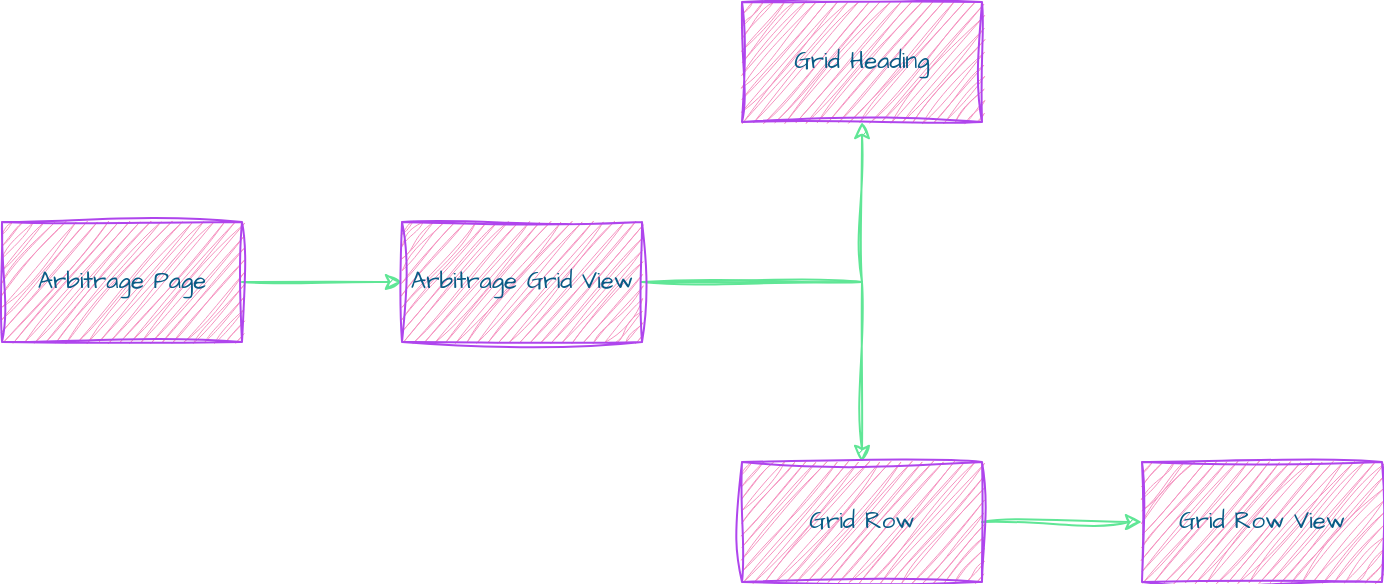
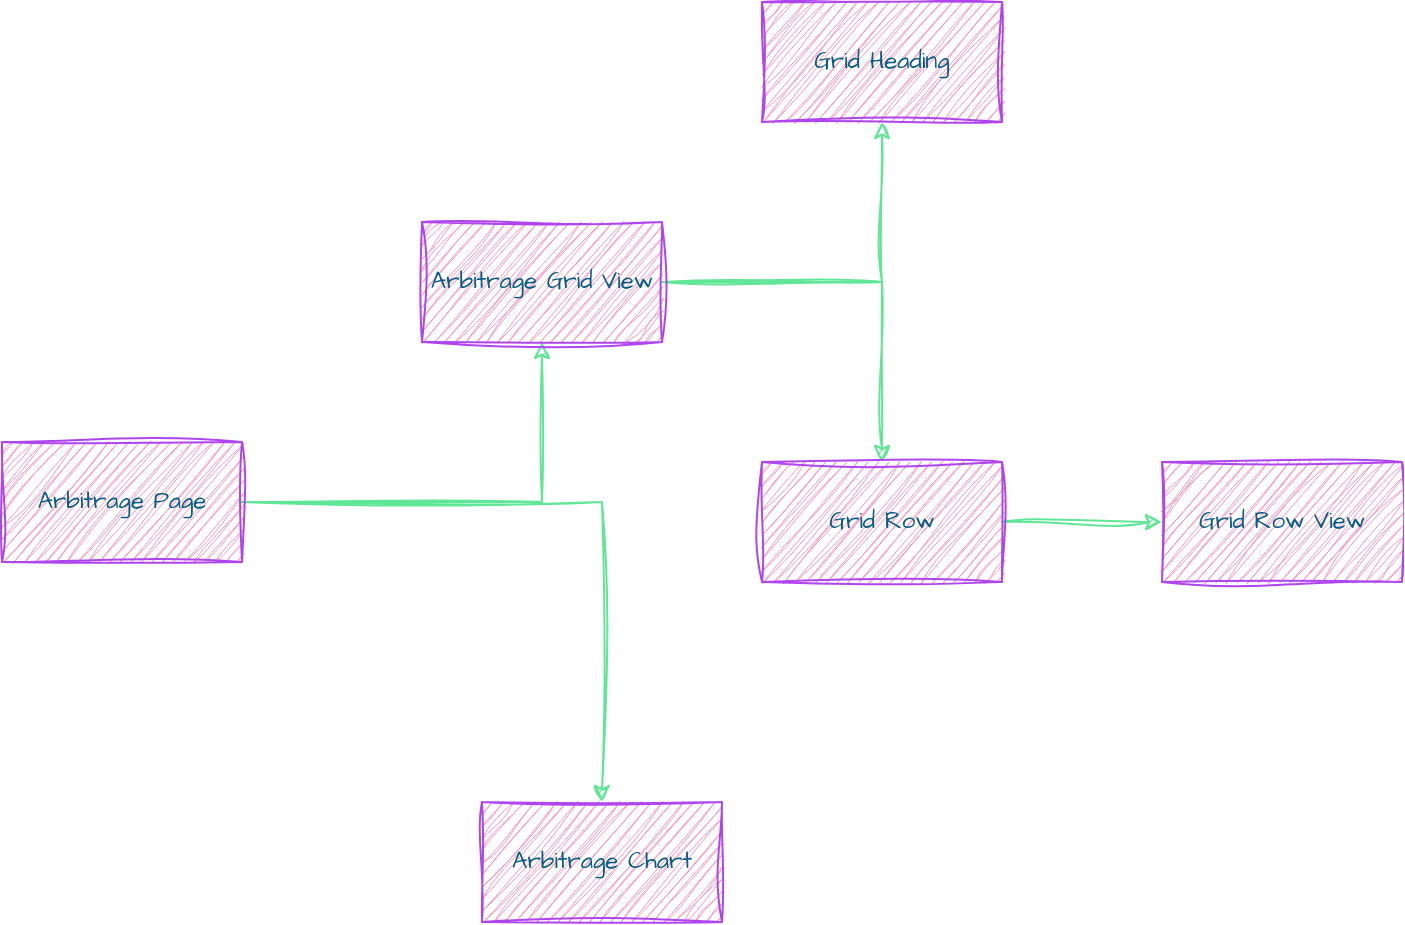
<mxfile host="app.diagrams.net" pages="6">
  <diagram id="4BpxD9aP9KdIrpdj0uMA" name="Arbitrage Page">
    <mxGraphModel dx="1357" dy="626" grid="1" gridSize="10" guides="1" tooltips="1" connect="1" arrows="1" fold="1" page="0" pageScale="1" pageWidth="402" pageHeight="874" math="0" shadow="0">
      <root>
        <mxCell id="0" />
        <mxCell id="1" parent="0" />
        <mxCell id="s9Nx30N8KHW5dVmqoR0w-8" edge="1" parent="1" source="s9Nx30N8KHW5dVmqoR0w-1" style="edgeStyle=orthogonalEdgeStyle;rounded=0;sketch=1;hachureGap=4;jiggle=2;curveFitting=1;orthogonalLoop=1;jettySize=auto;html=1;strokeColor=#60E696;fontFamily=Architects Daughter;fontSource=https%3A%2F%2Ffonts.googleapis.com%2Fcss%3Ffamily%3DArchitects%2BDaughter;fontColor=#095C86;fillColor=#F694C1;" target="s9Nx30N8KHW5dVmqoR0w-7" value="">
          <mxGeometry relative="1" as="geometry" />
        </mxCell>
+         <mxCell id="s9Nx30N8KHW5dVmqoR0w-16" edge="1" parent="1" source="s9Nx30N8KHW5dVmqoR0w-1" style="edgeStyle=orthogonalEdgeStyle;rounded=0;sketch=1;hachureGap=4;jiggle=2;curveFitting=1;orthogonalLoop=1;jettySize=auto;html=1;strokeColor=#60E696;fontFamily=Architects Daughter;fontSource=https%3A%2F%2Ffonts.googleapis.com%2Fcss%3Ffamily%3DArchitects%2BDaughter;fontColor=#095C86;fillColor=#F694C1;" target="s9Nx30N8KHW5dVmqoR0w-15" value="">
+           <mxGeometry relative="1" as="geometry" />
+         </mxCell>
        <mxCell id="s9Nx30N8KHW5dVmqoR0w-1" parent="1" style="whiteSpace=wrap;html=1;sketch=1;hachureGap=4;jiggle=2;curveFitting=1;strokeColor=#AF45ED;fontFamily=Architects Daughter;fontSource=https%3A%2F%2Ffonts.googleapis.com%2Fcss%3Ffamily%3DArchitects%2BDaughter;fontColor=#095C86;fillColor=#F694C1;" value="Arbitrage Page" vertex="1">
-           <mxGeometry height="60" width="120" x="-100" y="130" as="geometry" />
+           <mxGeometry height="60" width="120" x="-110" y="240" as="geometry" />
        </mxCell>
        <mxCell id="s9Nx30N8KHW5dVmqoR0w-10" edge="1" parent="1" source="s9Nx30N8KHW5dVmqoR0w-7" style="edgeStyle=orthogonalEdgeStyle;rounded=0;sketch=1;hachureGap=4;jiggle=2;curveFitting=1;orthogonalLoop=1;jettySize=auto;html=1;strokeColor=#60E696;fontFamily=Architects Daughter;fontSource=https%3A%2F%2Ffonts.googleapis.com%2Fcss%3Ffamily%3DArchitects%2BDaughter;fontColor=#095C86;fillColor=#F694C1;" target="s9Nx30N8KHW5dVmqoR0w-9" value="">
          <mxGeometry relative="1" as="geometry" />
        </mxCell>
        <mxCell id="s9Nx30N8KHW5dVmqoR0w-12" edge="1" parent="1" source="s9Nx30N8KHW5dVmqoR0w-7" style="edgeStyle=orthogonalEdgeStyle;rounded=0;sketch=1;hachureGap=4;jiggle=2;curveFitting=1;orthogonalLoop=1;jettySize=auto;html=1;strokeColor=#60E696;fontFamily=Architects Daughter;fontSource=https%3A%2F%2Ffonts.googleapis.com%2Fcss%3Ffamily%3DArchitects%2BDaughter;fontColor=#095C86;fillColor=#F694C1;" target="s9Nx30N8KHW5dVmqoR0w-11" value="">
          <mxGeometry relative="1" as="geometry" />
        </mxCell>
        <mxCell id="s9Nx30N8KHW5dVmqoR0w-7" parent="1" style="whiteSpace=wrap;html=1;fontFamily=Architects Daughter;fillColor=#F694C1;strokeColor=#AF45ED;fontColor=#095C86;sketch=1;hachureGap=4;jiggle=2;curveFitting=1;fontSource=https%3A%2F%2Ffonts.googleapis.com%2Fcss%3Ffamily%3DArchitects%2BDaughter;" value="Arbitrage Grid View" vertex="1">
          <mxGeometry height="60" width="120" x="100" y="130" as="geometry" />
        </mxCell>
        <mxCell id="s9Nx30N8KHW5dVmqoR0w-9" parent="1" style="whiteSpace=wrap;html=1;fontFamily=Architects Daughter;fillColor=#F694C1;strokeColor=#AF45ED;fontColor=#095C86;sketch=1;hachureGap=4;jiggle=2;curveFitting=1;fontSource=https%3A%2F%2Ffonts.googleapis.com%2Fcss%3Ffamily%3DArchitects%2BDaughter;" value="Grid Heading" vertex="1">
          <mxGeometry height="60" width="120" x="270" y="20" as="geometry" />
        </mxCell>
        <mxCell id="s9Nx30N8KHW5dVmqoR0w-14" edge="1" parent="1" source="s9Nx30N8KHW5dVmqoR0w-11" style="edgeStyle=orthogonalEdgeStyle;rounded=0;sketch=1;hachureGap=4;jiggle=2;curveFitting=1;orthogonalLoop=1;jettySize=auto;html=1;strokeColor=#60E696;fontFamily=Architects Daughter;fontSource=https%3A%2F%2Ffonts.googleapis.com%2Fcss%3Ffamily%3DArchitects%2BDaughter;fontColor=#095C86;fillColor=#F694C1;" target="s9Nx30N8KHW5dVmqoR0w-13" value="">
          <mxGeometry relative="1" as="geometry" />
        </mxCell>
        <mxCell id="s9Nx30N8KHW5dVmqoR0w-11" parent="1" style="whiteSpace=wrap;html=1;fontFamily=Architects Daughter;fillColor=#F694C1;strokeColor=#AF45ED;fontColor=#095C86;sketch=1;hachureGap=4;jiggle=2;curveFitting=1;fontSource=https%3A%2F%2Ffonts.googleapis.com%2Fcss%3Ffamily%3DArchitects%2BDaughter;" value="Grid Row" vertex="1">
          <mxGeometry height="60" width="120" x="270" y="250" as="geometry" />
        </mxCell>
        <mxCell id="s9Nx30N8KHW5dVmqoR0w-13" parent="1" style="whiteSpace=wrap;html=1;fontFamily=Architects Daughter;fillColor=#F694C1;strokeColor=#AF45ED;fontColor=#095C86;sketch=1;hachureGap=4;jiggle=2;curveFitting=1;fontSource=https%3A%2F%2Ffonts.googleapis.com%2Fcss%3Ffamily%3DArchitects%2BDaughter;" value="Grid Row View" vertex="1">
          <mxGeometry height="60" width="120" x="470" y="250" as="geometry" />
+         </mxCell>
+         <mxCell id="s9Nx30N8KHW5dVmqoR0w-15" parent="1" style="whiteSpace=wrap;html=1;fontFamily=Architects Daughter;fillColor=#F694C1;strokeColor=#AF45ED;fontColor=#095C86;sketch=1;hachureGap=4;jiggle=2;curveFitting=1;fontSource=https%3A%2F%2Ffonts.googleapis.com%2Fcss%3Ffamily%3DArchitects%2BDaughter;" value="Arbitrage Chart" vertex="1">
+           <mxGeometry height="60" width="120" x="130" y="420" as="geometry" />
        </mxCell>
      </root>
    </mxGraphModel>
  </diagram>
  <diagram id="wPQbEJP3DVO_ncDqMHqx" name="Sessions Page">
    <mxGraphModel dx="2395" dy="1443" grid="1" gridSize="10" guides="1" tooltips="1" connect="1" arrows="1" fold="1" page="0" pageScale="1" pageWidth="402" pageHeight="874" math="0" shadow="0">
      <root>
        <mxCell id="0" />
        <mxCell id="1" parent="0" />
        <mxCell id="DB1AKVm6qyutKQlFYAWD-6" edge="1" parent="1" source="DB1AKVm6qyutKQlFYAWD-1" style="edgeStyle=orthogonalEdgeStyle;rounded=1;orthogonalLoop=1;jettySize=auto;html=1;sketch=1;curveFitting=1;jiggle=2;labelBackgroundColor=none;fontColor=default;strokeColor=#60E696;" target="DB1AKVm6qyutKQlFYAWD-5" value="">
          <mxGeometry relative="1" as="geometry" />
        </mxCell>
        <mxCell id="DB1AKVm6qyutKQlFYAWD-8" edge="1" parent="1" source="DB1AKVm6qyutKQlFYAWD-1" style="edgeStyle=orthogonalEdgeStyle;rounded=1;orthogonalLoop=1;jettySize=auto;html=1;sketch=1;curveFitting=1;jiggle=2;labelBackgroundColor=none;fontColor=default;strokeColor=#60E696;" target="DB1AKVm6qyutKQlFYAWD-7" value="">
          <mxGeometry relative="1" as="geometry">
            <Array as="points">
              <mxPoint x="120" y="270" />
            </Array>
          </mxGeometry>
        </mxCell>
        <mxCell id="DB1AKVm6qyutKQlFYAWD-10" edge="1" parent="1" source="DB1AKVm6qyutKQlFYAWD-1" style="edgeStyle=orthogonalEdgeStyle;rounded=1;orthogonalLoop=1;jettySize=auto;html=1;sketch=1;curveFitting=1;jiggle=2;labelBackgroundColor=none;fontColor=default;strokeColor=#60E696;" target="DB1AKVm6qyutKQlFYAWD-9" value="">
          <mxGeometry relative="1" as="geometry">
            <Array as="points">
              <mxPoint x="120" y="60" />
            </Array>
          </mxGeometry>
        </mxCell>
        <mxCell id="DB1AKVm6qyutKQlFYAWD-1" parent="1" style="rounded=1;whiteSpace=wrap;html=1;sketch=1;curveFitting=1;jiggle=2;labelBackgroundColor=none;fillColor=#F694C1;strokeColor=#AF45ED;fontColor=#095C86;" value="add-scrip" vertex="1">
          <mxGeometry height="60" width="120" x="60" y="130" as="geometry" />
        </mxCell>
        <mxCell id="DB1AKVm6qyutKQlFYAWD-4" edge="1" parent="1" source="DB1AKVm6qyutKQlFYAWD-3" style="edgeStyle=orthogonalEdgeStyle;rounded=1;orthogonalLoop=1;jettySize=auto;html=1;sketch=1;curveFitting=1;jiggle=2;labelBackgroundColor=none;fontColor=default;strokeColor=#60E696;" target="DB1AKVm6qyutKQlFYAWD-1" value="">
          <mxGeometry relative="1" as="geometry" />
        </mxCell>
        <mxCell id="DB1AKVm6qyutKQlFYAWD-12" edge="1" parent="1" source="DB1AKVm6qyutKQlFYAWD-3" style="edgeStyle=orthogonalEdgeStyle;rounded=1;orthogonalLoop=1;jettySize=auto;html=1;sketch=1;curveFitting=1;jiggle=2;labelBackgroundColor=none;fontColor=default;strokeColor=#60E696;" target="DB1AKVm6qyutKQlFYAWD-11" value="">
          <mxGeometry relative="1" as="geometry">
            <Array as="points">
              <mxPoint x="-100" y="360" />
            </Array>
          </mxGeometry>
        </mxCell>
        <mxCell id="DB1AKVm6qyutKQlFYAWD-3" parent="1" style="rounded=1;whiteSpace=wrap;html=1;sketch=1;curveFitting=1;jiggle=2;labelBackgroundColor=none;fillColor=#F694C1;strokeColor=#AF45ED;fontColor=#095C86;" value="add-session-cta" vertex="1">
          <mxGeometry height="60" width="120" x="-160" y="130" as="geometry" />
        </mxCell>
        <mxCell id="DB1AKVm6qyutKQlFYAWD-5" parent="1" style="whiteSpace=wrap;html=1;rounded=1;sketch=1;curveFitting=1;jiggle=2;labelBackgroundColor=none;fillColor=#F694C1;strokeColor=#AF45ED;fontColor=#095C86;" value="select-exchange" vertex="1">
          <mxGeometry height="60" width="120" x="310" y="130" as="geometry" />
        </mxCell>
        <mxCell id="ouMAoqMrmdJ_XqpmxOQB-3" edge="1" parent="1" source="DB1AKVm6qyutKQlFYAWD-7" style="edgeStyle=orthogonalEdgeStyle;rounded=1;sketch=1;hachureGap=4;jiggle=2;curveFitting=1;orthogonalLoop=1;jettySize=auto;html=1;fontFamily=Architects Daughter;fontSource=https%3A%2F%2Ffonts.googleapis.com%2Fcss%3Ffamily%3DArchitects%2BDaughter;labelBackgroundColor=none;fontColor=default;strokeColor=#60E696;" target="ouMAoqMrmdJ_XqpmxOQB-1">
          <mxGeometry relative="1" as="geometry" />
        </mxCell>
        <mxCell id="DB1AKVm6qyutKQlFYAWD-7" parent="1" style="whiteSpace=wrap;html=1;rounded=1;sketch=1;curveFitting=1;jiggle=2;labelBackgroundColor=none;fillColor=#F694C1;strokeColor=#AF45ED;fontColor=#095C86;" value="NSE Scrip Form" vertex="1">
          <mxGeometry height="60" width="120" x="310" y="220" as="geometry" />
        </mxCell>
        <mxCell id="ouMAoqMrmdJ_XqpmxOQB-2" edge="1" parent="1" source="DB1AKVm6qyutKQlFYAWD-9" style="edgeStyle=orthogonalEdgeStyle;rounded=1;sketch=1;hachureGap=4;jiggle=2;curveFitting=1;orthogonalLoop=1;jettySize=auto;html=1;fontFamily=Architects Daughter;fontSource=https%3A%2F%2Ffonts.googleapis.com%2Fcss%3Ffamily%3DArchitects%2BDaughter;labelBackgroundColor=none;fontColor=default;strokeColor=#60E696;" target="ouMAoqMrmdJ_XqpmxOQB-1" value="">
          <mxGeometry relative="1" as="geometry" />
        </mxCell>
        <mxCell id="DB1AKVm6qyutKQlFYAWD-9" parent="1" style="whiteSpace=wrap;html=1;rounded=1;sketch=1;curveFitting=1;jiggle=2;labelBackgroundColor=none;fillColor=#F694C1;strokeColor=#AF45ED;fontColor=#095C86;" value="NFO Scrip Form" vertex="1">
          <mxGeometry height="60" width="120" x="310" y="30" as="geometry" />
        </mxCell>
        <mxCell id="ouMAoqMrmdJ_XqpmxOQB-15" edge="1" parent="1" source="DB1AKVm6qyutKQlFYAWD-11" style="edgeStyle=orthogonalEdgeStyle;rounded=1;sketch=1;hachureGap=4;jiggle=2;curveFitting=1;orthogonalLoop=1;jettySize=auto;html=1;fontFamily=Architects Daughter;fontSource=https%3A%2F%2Ffonts.googleapis.com%2Fcss%3Ffamily%3DArchitects%2BDaughter;labelBackgroundColor=none;fontColor=default;strokeColor=#60E696;" target="ouMAoqMrmdJ_XqpmxOQB-14" value="">
          <mxGeometry relative="1" as="geometry" />
        </mxCell>
        <mxCell id="ouMAoqMrmdJ_XqpmxOQB-17" edge="1" parent="1" source="DB1AKVm6qyutKQlFYAWD-11" style="edgeStyle=orthogonalEdgeStyle;rounded=1;sketch=1;hachureGap=4;jiggle=2;curveFitting=1;orthogonalLoop=1;jettySize=auto;html=1;fontFamily=Architects Daughter;fontSource=https%3A%2F%2Ffonts.googleapis.com%2Fcss%3Ffamily%3DArchitects%2BDaughter;labelBackgroundColor=none;fontColor=default;strokeColor=#60E696;" target="ouMAoqMrmdJ_XqpmxOQB-16" value="">
          <mxGeometry relative="1" as="geometry">
            <Array as="points">
              <mxPoint x="120" y="520" />
            </Array>
          </mxGeometry>
        </mxCell>
        <mxCell id="DB1AKVm6qyutKQlFYAWD-11" parent="1" style="whiteSpace=wrap;html=1;rounded=1;sketch=1;curveFitting=1;jiggle=2;labelBackgroundColor=none;fillColor=#F694C1;strokeColor=#AF45ED;fontColor=#095C86;" value="scrip-list" vertex="1">
          <mxGeometry height="60" width="120" x="60" y="330" as="geometry" />
        </mxCell>
        <mxCell id="DB1AKVm6qyutKQlFYAWD-15" edge="1" parent="1" source="DB1AKVm6qyutKQlFYAWD-14" style="edgeStyle=orthogonalEdgeStyle;rounded=1;sketch=1;hachureGap=4;jiggle=2;curveFitting=1;orthogonalLoop=1;jettySize=auto;html=1;entryX=0;entryY=0.5;entryDx=0;entryDy=0;fontFamily=Architects Daughter;fontSource=https%3A%2F%2Ffonts.googleapis.com%2Fcss%3Ffamily%3DArchitects%2BDaughter;fontColor=default;labelBackgroundColor=none;strokeColor=#60E696;" target="DB1AKVm6qyutKQlFYAWD-3">
          <mxGeometry relative="1" as="geometry">
            <Array as="points">
              <mxPoint x="-360" y="160" />
            </Array>
          </mxGeometry>
        </mxCell>
        <mxCell id="ouMAoqMrmdJ_XqpmxOQB-28" edge="1" parent="1" source="DB1AKVm6qyutKQlFYAWD-14" style="edgeStyle=orthogonalEdgeStyle;rounded=1;sketch=1;hachureGap=4;jiggle=2;curveFitting=1;orthogonalLoop=1;jettySize=auto;html=1;entryX=0;entryY=0.5;entryDx=0;entryDy=0;fontFamily=Architects Daughter;fontSource=https%3A%2F%2Ffonts.googleapis.com%2Fcss%3Ffamily%3DArchitects%2BDaughter;labelBackgroundColor=none;fontColor=default;strokeColor=#60E696;" target="ouMAoqMrmdJ_XqpmxOQB-19">
          <mxGeometry relative="1" as="geometry">
            <Array as="points">
              <mxPoint x="-360" y="880" />
            </Array>
          </mxGeometry>
        </mxCell>
        <mxCell id="DB1AKVm6qyutKQlFYAWD-14" parent="1" style="rounded=1;whiteSpace=wrap;html=1;sketch=1;curveFitting=1;jiggle=2;labelBackgroundColor=none;fillColor=#F694C1;strokeColor=#AF45ED;fontColor=#095C86;" value="sessions-page" vertex="1">
          <mxGeometry height="60" width="120" x="-420" y="320" as="geometry" />
        </mxCell>
        <mxCell id="ouMAoqMrmdJ_XqpmxOQB-1" parent="1" style="whiteSpace=wrap;html=1;rounded=1;sketch=1;curveFitting=1;jiggle=2;labelBackgroundColor=none;fillColor=#F694C1;strokeColor=#AF45ED;fontColor=#095C86;" value="base form" vertex="1">
          <mxGeometry height="60" width="120" x="560" y="130" as="geometry" />
        </mxCell>
        <mxCell id="ouMAoqMrmdJ_XqpmxOQB-6" edge="1" parent="1" source="ouMAoqMrmdJ_XqpmxOQB-4" style="edgeStyle=orthogonalEdgeStyle;rounded=1;sketch=1;hachureGap=4;jiggle=2;curveFitting=1;orthogonalLoop=1;jettySize=auto;html=1;fontFamily=Architects Daughter;fontSource=https%3A%2F%2Ffonts.googleapis.com%2Fcss%3Ffamily%3DArchitects%2BDaughter;labelBackgroundColor=none;fontColor=default;strokeColor=#60E696;" target="ouMAoqMrmdJ_XqpmxOQB-5" value="">
          <mxGeometry relative="1" as="geometry" />
        </mxCell>
        <mxCell id="ouMAoqMrmdJ_XqpmxOQB-4" parent="1" style="whiteSpace=wrap;html=1;sketch=1;hachureGap=4;jiggle=2;curveFitting=1;fontFamily=Architects Daughter;fontSource=https%3A%2F%2Ffonts.googleapis.com%2Fcss%3Ffamily%3DArchitects%2BDaughter;labelBackgroundColor=none;rounded=1;fillColor=#F694C1;strokeColor=#AF45ED;fontColor=#095C86;" value="start Session" vertex="1">
          <mxGeometry height="60" width="120" x="900" y="-60" as="geometry" />
        </mxCell>
        <mxCell id="ouMAoqMrmdJ_XqpmxOQB-8" edge="1" parent="1" source="ouMAoqMrmdJ_XqpmxOQB-5" style="edgeStyle=orthogonalEdgeStyle;rounded=1;sketch=1;hachureGap=4;jiggle=2;curveFitting=1;orthogonalLoop=1;jettySize=auto;html=1;fontFamily=Architects Daughter;fontSource=https%3A%2F%2Ffonts.googleapis.com%2Fcss%3Ffamily%3DArchitects%2BDaughter;labelBackgroundColor=none;fontColor=default;strokeColor=#60E696;" target="ouMAoqMrmdJ_XqpmxOQB-7" value="">
          <mxGeometry relative="1" as="geometry" />
        </mxCell>
        <mxCell id="ouMAoqMrmdJ_XqpmxOQB-5" parent="1" style="whiteSpace=wrap;html=1;fontFamily=Architects Daughter;sketch=1;hachureGap=4;jiggle=2;curveFitting=1;fontSource=https%3A%2F%2Ffonts.googleapis.com%2Fcss%3Ffamily%3DArchitects%2BDaughter;labelBackgroundColor=none;rounded=1;fillColor=#F694C1;strokeColor=#AF45ED;fontColor=#095C86;" value="Place order" vertex="1">
          <mxGeometry height="60" width="120" x="1100" y="-60" as="geometry" />
        </mxCell>
        <mxCell id="ouMAoqMrmdJ_XqpmxOQB-10" edge="1" parent="1" source="ouMAoqMrmdJ_XqpmxOQB-7" style="edgeStyle=orthogonalEdgeStyle;rounded=1;sketch=1;hachureGap=4;jiggle=2;curveFitting=1;orthogonalLoop=1;jettySize=auto;html=1;fontFamily=Architects Daughter;fontSource=https%3A%2F%2Ffonts.googleapis.com%2Fcss%3Ffamily%3DArchitects%2BDaughter;labelBackgroundColor=none;fontColor=default;strokeColor=#60E696;" target="ouMAoqMrmdJ_XqpmxOQB-9" value="">
          <mxGeometry relative="1" as="geometry" />
        </mxCell>
        <mxCell id="ouMAoqMrmdJ_XqpmxOQB-7" parent="1" style="whiteSpace=wrap;html=1;fontFamily=Architects Daughter;sketch=1;hachureGap=4;jiggle=2;curveFitting=1;fontSource=https%3A%2F%2Ffonts.googleapis.com%2Fcss%3Ffamily%3DArchitects%2BDaughter;labelBackgroundColor=none;rounded=1;fillColor=#F694C1;strokeColor=#AF45ED;fontColor=#095C86;" value="update trade" vertex="1">
          <mxGeometry height="60" width="120" x="1300" y="-60" as="geometry" />
        </mxCell>
        <mxCell id="ouMAoqMrmdJ_XqpmxOQB-12" edge="1" parent="1" source="ouMAoqMrmdJ_XqpmxOQB-9" style="edgeStyle=orthogonalEdgeStyle;rounded=1;sketch=1;hachureGap=4;jiggle=2;curveFitting=1;orthogonalLoop=1;jettySize=auto;html=1;fontFamily=Architects Daughter;fontSource=https%3A%2F%2Ffonts.googleapis.com%2Fcss%3Ffamily%3DArchitects%2BDaughter;labelBackgroundColor=none;fontColor=default;strokeColor=#60E696;" target="ouMAoqMrmdJ_XqpmxOQB-11" value="">
          <mxGeometry relative="1" as="geometry" />
        </mxCell>
        <mxCell id="ouMAoqMrmdJ_XqpmxOQB-9" parent="1" style="whiteSpace=wrap;html=1;fontFamily=Architects Daughter;sketch=1;hachureGap=4;jiggle=2;curveFitting=1;fontSource=https%3A%2F%2Ffonts.googleapis.com%2Fcss%3Ffamily%3DArchitects%2BDaughter;labelBackgroundColor=none;rounded=1;fillColor=#F694C1;strokeColor=#AF45ED;fontColor=#095C86;" value="update netPosition" vertex="1">
          <mxGeometry height="60" width="120" x="1500" y="-60" as="geometry" />
        </mxCell>
        <mxCell id="ouMAoqMrmdJ_XqpmxOQB-11" parent="1" style="whiteSpace=wrap;html=1;fontFamily=Architects Daughter;sketch=1;hachureGap=4;jiggle=2;curveFitting=1;fontSource=https%3A%2F%2Ffonts.googleapis.com%2Fcss%3Ffamily%3DArchitects%2BDaughter;labelBackgroundColor=none;rounded=1;fillColor=#F694C1;strokeColor=#AF45ED;fontColor=#095C86;" value="update placedOrders?" vertex="1">
          <mxGeometry height="60" width="120" x="1700" y="-60" as="geometry" />
        </mxCell>
        <mxCell id="ouMAoqMrmdJ_XqpmxOQB-13" parent="1" style="html=1;verticalLabelPosition=bottom;align=center;labelBackgroundColor=none;verticalAlign=top;strokeWidth=2;shadow=0;dashed=0;shape=mxgraph.ios7.icons.tools;pointerEvents=1;sketch=1;hachureGap=4;jiggle=2;curveFitting=1;fontFamily=Architects Daughter;fontSource=https%3A%2F%2Ffonts.googleapis.com%2Fcss%3Ffamily%3DArchitects%2BDaughter;rounded=1;fillColor=#F694C1;strokeColor=#AF45ED;fontColor=#095C86;" value="" vertex="1">
          <mxGeometry height="50" width="50" x="1135" y="-20" as="geometry" />
        </mxCell>
        <mxCell id="ouMAoqMrmdJ_XqpmxOQB-14" parent="1" style="whiteSpace=wrap;html=1;rounded=1;sketch=1;curveFitting=1;jiggle=2;labelBackgroundColor=none;fillColor=#F694C1;strokeColor=#AF45ED;fontColor=#095C86;" value="live-price-cell" vertex="1">
          <mxGeometry height="60" width="120" x="260" y="330" as="geometry" />
        </mxCell>
        <mxCell id="ouMAoqMrmdJ_XqpmxOQB-16" parent="1" style="whiteSpace=wrap;html=1;rounded=1;sketch=1;curveFitting=1;jiggle=2;labelBackgroundColor=none;fillColor=#F694C1;strokeColor=#AF45ED;fontColor=#095C86;" value="charges-cell" vertex="1">
          <mxGeometry height="60" width="120" x="250" y="500" as="geometry" />
        </mxCell>
        <mxCell id="ouMAoqMrmdJ_XqpmxOQB-22" edge="1" parent="1" source="ouMAoqMrmdJ_XqpmxOQB-19" style="edgeStyle=orthogonalEdgeStyle;rounded=1;sketch=1;hachureGap=4;jiggle=2;curveFitting=1;orthogonalLoop=1;jettySize=auto;html=1;fontFamily=Architects Daughter;fontSource=https%3A%2F%2Ffonts.googleapis.com%2Fcss%3Ffamily%3DArchitects%2BDaughter;labelBackgroundColor=none;fontColor=default;strokeColor=#60E696;" target="ouMAoqMrmdJ_XqpmxOQB-21" value="">
          <mxGeometry relative="1" as="geometry" />
        </mxCell>
        <mxCell id="ouMAoqMrmdJ_XqpmxOQB-25" edge="1" parent="1" source="ouMAoqMrmdJ_XqpmxOQB-19" style="edgeStyle=orthogonalEdgeStyle;rounded=1;sketch=1;hachureGap=4;jiggle=2;curveFitting=1;orthogonalLoop=1;jettySize=auto;html=1;entryX=0;entryY=0.5;entryDx=0;entryDy=0;fontFamily=Architects Daughter;fontSource=https%3A%2F%2Ffonts.googleapis.com%2Fcss%3Ffamily%3DArchitects%2BDaughter;labelBackgroundColor=none;fontColor=default;strokeColor=#60E696;" target="ouMAoqMrmdJ_XqpmxOQB-23">
          <mxGeometry relative="1" as="geometry">
            <Array as="points">
              <mxPoint x="100" y="710" />
            </Array>
          </mxGeometry>
        </mxCell>
        <mxCell id="ouMAoqMrmdJ_XqpmxOQB-27" edge="1" parent="1" source="ouMAoqMrmdJ_XqpmxOQB-19" style="edgeStyle=orthogonalEdgeStyle;rounded=1;sketch=1;hachureGap=4;jiggle=2;curveFitting=1;orthogonalLoop=1;jettySize=auto;html=1;fontFamily=Architects Daughter;fontSource=https%3A%2F%2Ffonts.googleapis.com%2Fcss%3Ffamily%3DArchitects%2BDaughter;labelBackgroundColor=none;fontColor=default;strokeColor=#60E696;" target="ouMAoqMrmdJ_XqpmxOQB-26" value="">
          <mxGeometry relative="1" as="geometry">
            <Array as="points">
              <mxPoint x="100" y="1080" />
            </Array>
          </mxGeometry>
        </mxCell>
        <mxCell id="ouMAoqMrmdJ_XqpmxOQB-30" edge="1" parent="1" source="ouMAoqMrmdJ_XqpmxOQB-19" style="edgeStyle=orthogonalEdgeStyle;rounded=1;sketch=1;hachureGap=4;jiggle=2;curveFitting=1;orthogonalLoop=1;jettySize=auto;html=1;fontFamily=Architects Daughter;fontSource=https%3A%2F%2Ffonts.googleapis.com%2Fcss%3Ffamily%3DArchitects%2BDaughter;fontColor=default;labelBackgroundColor=none;strokeColor=#60E696;" target="ouMAoqMrmdJ_XqpmxOQB-29" value="">
          <mxGeometry relative="1" as="geometry">
            <Array as="points">
              <mxPoint x="80" y="610" />
            </Array>
          </mxGeometry>
        </mxCell>
        <mxCell id="ouMAoqMrmdJ_XqpmxOQB-19" parent="1" style="whiteSpace=wrap;html=1;rounded=1;sketch=1;curveFitting=1;jiggle=2;labelBackgroundColor=none;fillColor=#F694C1;strokeColor=#AF45ED;fontColor=#095C86;" value="session-card" vertex="1">
          <mxGeometry height="60" width="120" x="40" y="850" as="geometry" />
        </mxCell>
        <mxCell id="ouMAoqMrmdJ_XqpmxOQB-21" parent="1" style="whiteSpace=wrap;html=1;rounded=1;sketch=1;curveFitting=1;jiggle=2;labelBackgroundColor=none;fillColor=#F694C1;strokeColor=#AF45ED;fontColor=#095C86;" value="session-header" vertex="1">
          <mxGeometry height="60" width="120" x="290" y="850" as="geometry" />
        </mxCell>
        <mxCell id="ouMAoqMrmdJ_XqpmxOQB-32" edge="1" parent="1" source="ouMAoqMrmdJ_XqpmxOQB-23" style="edgeStyle=orthogonalEdgeStyle;rounded=1;sketch=1;hachureGap=4;jiggle=2;curveFitting=1;orthogonalLoop=1;jettySize=auto;html=1;fontFamily=Architects Daughter;fontSource=https%3A%2F%2Ffonts.googleapis.com%2Fcss%3Ffamily%3DArchitects%2BDaughter;fontColor=default;labelBackgroundColor=none;strokeColor=#60E696;" target="ouMAoqMrmdJ_XqpmxOQB-31" value="">
          <mxGeometry relative="1" as="geometry">
            <Array as="points">
              <mxPoint x="360" y="650" />
            </Array>
          </mxGeometry>
        </mxCell>
        <mxCell id="ouMAoqMrmdJ_XqpmxOQB-34" edge="1" parent="1" source="ouMAoqMrmdJ_XqpmxOQB-23" style="edgeStyle=orthogonalEdgeStyle;rounded=1;sketch=1;hachureGap=4;jiggle=2;curveFitting=1;orthogonalLoop=1;jettySize=auto;html=1;fontFamily=Architects Daughter;fontSource=https%3A%2F%2Ffonts.googleapis.com%2Fcss%3Ffamily%3DArchitects%2BDaughter;fontColor=default;labelBackgroundColor=none;strokeColor=#60E696;" target="ouMAoqMrmdJ_XqpmxOQB-33" value="">
          <mxGeometry relative="1" as="geometry" />
        </mxCell>
        <mxCell id="ouMAoqMrmdJ_XqpmxOQB-38" edge="1" parent="1" source="ouMAoqMrmdJ_XqpmxOQB-23" style="edgeStyle=orthogonalEdgeStyle;rounded=1;sketch=1;hachureGap=4;jiggle=2;curveFitting=1;orthogonalLoop=1;jettySize=auto;html=1;fontFamily=Architects Daughter;fontSource=https%3A%2F%2Ffonts.googleapis.com%2Fcss%3Ffamily%3DArchitects%2BDaughter;fontColor=default;labelBackgroundColor=none;strokeColor=#60E696;" target="ouMAoqMrmdJ_XqpmxOQB-37" value="">
          <mxGeometry relative="1" as="geometry">
            <Array as="points">
              <mxPoint x="360" y="790" />
              <mxPoint x="640" y="790" />
            </Array>
          </mxGeometry>
        </mxCell>
        <mxCell id="eX8Cx5BNWnft2gzvnQZb-2" edge="1" parent="1" source="ouMAoqMrmdJ_XqpmxOQB-23" style="edgeStyle=orthogonalEdgeStyle;rounded=0;sketch=1;hachureGap=4;jiggle=2;curveFitting=1;orthogonalLoop=1;jettySize=auto;html=1;fontFamily=Architects Daughter;fontSource=https%3A%2F%2Ffonts.googleapis.com%2Fcss%3Ffamily%3DArchitects%2BDaughter;entryX=0;entryY=0.5;entryDx=0;entryDy=0;labelBackgroundColor=none;fontColor=default;strokeColor=#60E696;" target="eX8Cx5BNWnft2gzvnQZb-3">
          <mxGeometry relative="1" as="geometry">
            <Array as="points">
              <mxPoint x="340" y="830" />
              <mxPoint x="600" y="830" />
              <mxPoint x="600" y="980" />
            </Array>
            <mxPoint x="600" y="1010" as="targetPoint" />
          </mxGeometry>
        </mxCell>
        <mxCell id="ouMAoqMrmdJ_XqpmxOQB-23" parent="1" style="whiteSpace=wrap;html=1;rounded=1;sketch=1;curveFitting=1;jiggle=2;labelBackgroundColor=none;fillColor=#F694C1;strokeColor=#AF45ED;fontColor=#095C86;" value="net-positions-grid" vertex="1">
          <mxGeometry height="60" width="120" x="300" y="680" as="geometry" />
        </mxCell>
        <mxCell id="ouMAoqMrmdJ_XqpmxOQB-26" parent="1" style="whiteSpace=wrap;html=1;rounded=1;sketch=1;curveFitting=1;jiggle=2;labelBackgroundColor=none;fillColor=#F694C1;strokeColor=#AF45ED;fontColor=#095C86;" value="pnl-summary" vertex="1">
          <mxGeometry height="60" width="120" x="300" y="1050" as="geometry" />
        </mxCell>
        <mxCell id="ouMAoqMrmdJ_XqpmxOQB-29" parent="1" style="whiteSpace=wrap;html=1;rounded=1;sketch=1;curveFitting=1;jiggle=2;labelBackgroundColor=none;fillColor=#F694C1;strokeColor=#AF45ED;fontColor=#095C86;" value="GridWrapper" vertex="1">
          <mxGeometry height="60" width="120" x="300" y="580" as="geometry" />
        </mxCell>
        <mxCell id="ouMAoqMrmdJ_XqpmxOQB-31" parent="1" style="whiteSpace=wrap;html=1;rounded=1;sketch=1;curveFitting=1;jiggle=2;labelBackgroundColor=none;fillColor=#F694C1;strokeColor=#AF45ED;fontColor=#095C86;" value="header" vertex="1">
          <mxGeometry height="60" width="120" x="700" y="600" as="geometry" />
        </mxCell>
        <mxCell id="ouMAoqMrmdJ_XqpmxOQB-33" parent="1" style="whiteSpace=wrap;html=1;rounded=1;sketch=1;curveFitting=1;jiggle=2;labelBackgroundColor=none;fillColor=#F694C1;strokeColor=#AF45ED;fontColor=#095C86;" value="table-heading" vertex="1">
          <mxGeometry height="60" width="120" x="700" y="710" as="geometry" />
        </mxCell>
        <mxCell id="ouMAoqMrmdJ_XqpmxOQB-40" edge="1" parent="1" source="ouMAoqMrmdJ_XqpmxOQB-37" style="edgeStyle=orthogonalEdgeStyle;rounded=1;sketch=1;hachureGap=4;jiggle=2;curveFitting=1;orthogonalLoop=1;jettySize=auto;html=1;fontFamily=Architects Daughter;fontSource=https%3A%2F%2Ffonts.googleapis.com%2Fcss%3Ffamily%3DArchitects%2BDaughter;fontColor=default;labelBackgroundColor=none;strokeColor=#60E696;" target="ouMAoqMrmdJ_XqpmxOQB-39" value="">
          <mxGeometry relative="1" as="geometry" />
        </mxCell>
        <mxCell id="ouMAoqMrmdJ_XqpmxOQB-41" edge="1" parent="1" source="ouMAoqMrmdJ_XqpmxOQB-37" style="edgeStyle=orthogonalEdgeStyle;rounded=1;sketch=1;hachureGap=4;jiggle=2;curveFitting=1;orthogonalLoop=1;jettySize=auto;html=1;fontFamily=Architects Daughter;fontSource=https%3A%2F%2Ffonts.googleapis.com%2Fcss%3Ffamily%3DArchitects%2BDaughter;fontColor=default;labelBackgroundColor=none;strokeColor=#60E696;" target="ouMAoqMrmdJ_XqpmxOQB-39" value="">
          <mxGeometry relative="1" as="geometry" />
        </mxCell>
        <mxCell id="ouMAoqMrmdJ_XqpmxOQB-43" edge="1" parent="1" source="ouMAoqMrmdJ_XqpmxOQB-37" style="edgeStyle=orthogonalEdgeStyle;rounded=1;sketch=1;hachureGap=4;jiggle=2;curveFitting=1;orthogonalLoop=1;jettySize=auto;html=1;fontFamily=Architects Daughter;fontSource=https%3A%2F%2Ffonts.googleapis.com%2Fcss%3Ffamily%3DArchitects%2BDaughter;fontColor=default;labelBackgroundColor=none;strokeColor=#60E696;" target="ouMAoqMrmdJ_XqpmxOQB-42" value="">
          <mxGeometry relative="1" as="geometry">
            <Array as="points">
              <mxPoint x="865" y="860" />
              <mxPoint x="865" y="890" />
            </Array>
          </mxGeometry>
        </mxCell>
        <mxCell id="ouMAoqMrmdJ_XqpmxOQB-37" parent="1" style="whiteSpace=wrap;html=1;rounded=1;sketch=1;curveFitting=1;jiggle=2;labelBackgroundColor=none;fillColor=#F694C1;strokeColor=#AF45ED;fontColor=#095C86;" value="instrument-row" vertex="1">
          <mxGeometry height="60" width="120" x="700" y="810" as="geometry" />
        </mxCell>
        <mxCell id="ouMAoqMrmdJ_XqpmxOQB-39" parent="1" style="whiteSpace=wrap;html=1;rounded=1;sketch=1;curveFitting=1;jiggle=2;labelBackgroundColor=none;fillColor=#F694C1;strokeColor=#AF45ED;fontColor=#095C86;" value="buy-sell-cta" vertex="1">
          <mxGeometry height="60" width="120" x="910" y="750" as="geometry" />
        </mxCell>
        <mxCell id="ouMAoqMrmdJ_XqpmxOQB-42" parent="1" style="whiteSpace=wrap;html=1;rounded=1;sketch=1;curveFitting=1;jiggle=2;labelBackgroundColor=none;fillColor=#F694C1;strokeColor=#AF45ED;fontColor=#095C86;" value="instrument-row-view" vertex="1">
          <mxGeometry height="60" width="120" x="910" y="860" as="geometry" />
        </mxCell>
        <mxCell id="eX8Cx5BNWnft2gzvnQZb-3" parent="1" style="rounded=1;whiteSpace=wrap;html=1;sketch=1;hachureGap=4;jiggle=2;curveFitting=1;fontFamily=Architects Daughter;fontSource=https%3A%2F%2Ffonts.googleapis.com%2Fcss%3Ffamily%3DArchitects%2BDaughter;labelBackgroundColor=none;fillColor=#F694C1;strokeColor=#AF45ED;fontColor=#095C86;" value="pnl-summary" vertex="1">
          <mxGeometry height="60" width="120" x="700" y="950" as="geometry" />
        </mxCell>
      </root>
    </mxGraphModel>
  </diagram>
  <diagram id="YVkBlKKJ4RNEtawBKbZk" name="Session">
    <mxGraphModel dx="1357" dy="626" grid="1" gridSize="10" guides="1" tooltips="1" connect="1" arrows="1" fold="1" page="0" pageScale="1" pageWidth="402" pageHeight="874" math="0" shadow="0">
      <root>
        <mxCell id="0" />
        <mxCell id="1" parent="0" />
        <mxCell id="b8iQl_XISdQ6rZ6kNcMQ-3" edge="1" parent="1" source="b8iQl_XISdQ6rZ6kNcMQ-1" style="edgeStyle=orthogonalEdgeStyle;rounded=0;orthogonalLoop=1;jettySize=auto;html=1;" target="b8iQl_XISdQ6rZ6kNcMQ-2" value="">
          <mxGeometry relative="1" as="geometry" />
        </mxCell>
        <mxCell id="b8iQl_XISdQ6rZ6kNcMQ-1" parent="1" style="rounded=1;whiteSpace=wrap;html=1;" value="start session" vertex="1">
          <mxGeometry height="60" width="120" x="-200" y="80" as="geometry" />
        </mxCell>
        <mxCell id="b8iQl_XISdQ6rZ6kNcMQ-5" edge="1" parent="1" source="b8iQl_XISdQ6rZ6kNcMQ-2" style="edgeStyle=orthogonalEdgeStyle;rounded=0;orthogonalLoop=1;jettySize=auto;html=1;" target="b8iQl_XISdQ6rZ6kNcMQ-4" value="">
          <mxGeometry relative="1" as="geometry" />
        </mxCell>
        <mxCell id="b8iQl_XISdQ6rZ6kNcMQ-2" parent="1" style="whiteSpace=wrap;html=1;rounded=1;" value="place orders&amp;nbsp;&lt;br&gt;(all or none)" vertex="1">
          <mxGeometry height="60" width="120" y="80" as="geometry" />
        </mxCell>
        <mxCell id="b8iQl_XISdQ6rZ6kNcMQ-7" edge="1" parent="1" source="b8iQl_XISdQ6rZ6kNcMQ-4" style="edgeStyle=orthogonalEdgeStyle;rounded=0;orthogonalLoop=1;jettySize=auto;html=1;" target="b8iQl_XISdQ6rZ6kNcMQ-6" value="">
          <mxGeometry relative="1" as="geometry" />
        </mxCell>
        <mxCell id="b8iQl_XISdQ6rZ6kNcMQ-4" parent="1" style="whiteSpace=wrap;html=1;rounded=1;" value="update margins" vertex="1">
          <mxGeometry height="60" width="120" x="200" y="80" as="geometry" />
        </mxCell>
        <mxCell id="b8iQl_XISdQ6rZ6kNcMQ-6" parent="1" style="whiteSpace=wrap;html=1;rounded=1;" value="create session" vertex="1">
          <mxGeometry height="60" width="120" x="200" y="200" as="geometry" />
        </mxCell>
        <mxCell id="b8iQl_XISdQ6rZ6kNcMQ-8" parent="1" style="rounded=1;whiteSpace=wrap;html=1;fillColor=#fff2cc;strokeColor=#d6b656;" value="firebase" vertex="1">
          <mxGeometry height="40" width="80" x="300" y="190" as="geometry" />
        </mxCell>
        <mxCell id="b8iQl_XISdQ6rZ6kNcMQ-9" parent="1" style="rounded=1;whiteSpace=wrap;html=1;fillColor=#fff2cc;strokeColor=#d6b656;" value="kite" vertex="1">
          <mxGeometry height="40" width="80" x="80" y="50" as="geometry" />
        </mxCell>
        <mxCell id="b8iQl_XISdQ6rZ6kNcMQ-10" parent="1" style="rounded=1;whiteSpace=wrap;html=1;fillColor=#fff2cc;strokeColor=#d6b656;" value="firebase" vertex="1">
          <mxGeometry height="40" width="80" x="290" y="60" as="geometry" />
        </mxCell>
      </root>
    </mxGraphModel>
  </diagram>
  <diagram id="4KjMPYYtLXdBkkJX1B08" name="Auth">
    <mxGraphModel dx="1276" dy="835" grid="0" gridSize="10" guides="1" tooltips="1" connect="1" arrows="1" fold="1" page="0" pageScale="1" pageWidth="402" pageHeight="874" math="0" shadow="0">
      <root>
        <mxCell id="0" />
        <mxCell id="1" parent="0" />
        <mxCell id="pPH6oVQiPgVcm9OUePWL-3" edge="1" parent="1" source="pPH6oVQiPgVcm9OUePWL-1" style="edgeStyle=orthogonalEdgeStyle;rounded=0;orthogonalLoop=1;jettySize=auto;html=1;" target="pPH6oVQiPgVcm9OUePWL-2" value="">
          <mxGeometry relative="1" as="geometry" />
        </mxCell>
        <mxCell id="pPH6oVQiPgVcm9OUePWL-1" parent="1" style="rounded=1;whiteSpace=wrap;html=1;" value="User clicks &quot;Login&quot; Button" vertex="1">
          <mxGeometry height="60" width="120" x="23" y="101" as="geometry" />
        </mxCell>
        <mxCell id="pPH6oVQiPgVcm9OUePWL-5" edge="1" parent="1" source="pPH6oVQiPgVcm9OUePWL-2" style="edgeStyle=orthogonalEdgeStyle;rounded=0;orthogonalLoop=1;jettySize=auto;html=1;" target="pPH6oVQiPgVcm9OUePWL-4" value="">
          <mxGeometry relative="1" as="geometry" />
        </mxCell>
        <mxCell id="pPH6oVQiPgVcm9OUePWL-2" parent="1" style="whiteSpace=wrap;html=1;rounded=1;" value="Open the Login URL" vertex="1">
          <mxGeometry height="60" width="120" x="223" y="101" as="geometry" />
        </mxCell>
        <mxCell id="pPH6oVQiPgVcm9OUePWL-7" edge="1" parent="1" source="pPH6oVQiPgVcm9OUePWL-4" style="edgeStyle=orthogonalEdgeStyle;rounded=0;orthogonalLoop=1;jettySize=auto;html=1;" target="pPH6oVQiPgVcm9OUePWL-6" value="">
          <mxGeometry relative="1" as="geometry" />
        </mxCell>
        <mxCell id="pPH6oVQiPgVcm9OUePWL-4" parent="1" style="whiteSpace=wrap;html=1;rounded=1;" value="User logins to Zerodha" vertex="1">
          <mxGeometry height="60" width="120" x="423" y="101" as="geometry" />
        </mxCell>
        <mxCell id="pPH6oVQiPgVcm9OUePWL-9" edge="1" parent="1" source="pPH6oVQiPgVcm9OUePWL-6" style="edgeStyle=orthogonalEdgeStyle;rounded=0;orthogonalLoop=1;jettySize=auto;html=1;" target="pPH6oVQiPgVcm9OUePWL-8" value="">
          <mxGeometry relative="1" as="geometry" />
        </mxCell>
        <mxCell id="pPH6oVQiPgVcm9OUePWL-6" parent="1" style="whiteSpace=wrap;html=1;rounded=1;" value="Redirected to callback URL with request_token&lt;br&gt;&lt;b&gt;http://localhost:3000/api/auth/kite/callback&lt;/b&gt;" vertex="1">
          <mxGeometry height="60" width="262" x="352" y="244" as="geometry" />
        </mxCell>
        <mxCell id="pPH6oVQiPgVcm9OUePWL-13" edge="1" parent="1" source="pPH6oVQiPgVcm9OUePWL-8" style="edgeStyle=orthogonalEdgeStyle;rounded=0;orthogonalLoop=1;jettySize=auto;html=1;" target="pPH6oVQiPgVcm9OUePWL-12" value="">
          <mxGeometry relative="1" as="geometry" />
        </mxCell>
        <mxCell id="pPH6oVQiPgVcm9OUePWL-8" parent="1" style="whiteSpace=wrap;html=1;rounded=1;" value="In loader for this route, generate the session" vertex="1">
          <mxGeometry height="60" width="120" x="17" y="244" as="geometry" />
        </mxCell>
        <mxCell id="pPH6oVQiPgVcm9OUePWL-15" edge="1" parent="1" source="pPH6oVQiPgVcm9OUePWL-12" style="edgeStyle=orthogonalEdgeStyle;rounded=0;orthogonalLoop=1;jettySize=auto;html=1;" target="pPH6oVQiPgVcm9OUePWL-14" value="">
          <mxGeometry relative="1" as="geometry" />
        </mxCell>
        <mxCell id="pPH6oVQiPgVcm9OUePWL-12" parent="1" style="whiteSpace=wrap;html=1;rounded=1;" value="Serialize and save the access token in cookie" vertex="1">
          <mxGeometry height="60" width="120" x="17" y="384" as="geometry" />
        </mxCell>
        <mxCell id="pPH6oVQiPgVcm9OUePWL-17" edge="1" parent="1" source="pPH6oVQiPgVcm9OUePWL-14" style="edgeStyle=orthogonalEdgeStyle;rounded=0;orthogonalLoop=1;jettySize=auto;html=1;" target="pPH6oVQiPgVcm9OUePWL-16" value="">
          <mxGeometry relative="1" as="geometry" />
        </mxCell>
        <mxCell id="pPH6oVQiPgVcm9OUePWL-14" parent="1" style="whiteSpace=wrap;html=1;rounded=1;" value="redirect to /dashboard" vertex="1">
          <mxGeometry height="60" width="120" x="217" y="384" as="geometry" />
        </mxCell>
        <mxCell id="pPH6oVQiPgVcm9OUePWL-19" edge="1" parent="1" source="pPH6oVQiPgVcm9OUePWL-16" style="edgeStyle=orthogonalEdgeStyle;rounded=0;orthogonalLoop=1;jettySize=auto;html=1;" target="pPH6oVQiPgVcm9OUePWL-18" value="">
          <mxGeometry relative="1" as="geometry" />
        </mxCell>
        <mxCell id="pPH6oVQiPgVcm9OUePWL-16" parent="1" style="whiteSpace=wrap;html=1;rounded=1;" value="in dashboard loader, get the access token from the cookie and send it to client" vertex="1">
          <mxGeometry height="60" width="120" x="417" y="384" as="geometry" />
        </mxCell>
        <mxCell id="pPH6oVQiPgVcm9OUePWL-21" edge="1" parent="1" source="pPH6oVQiPgVcm9OUePWL-18" style="edgeStyle=orthogonalEdgeStyle;rounded=0;orthogonalLoop=1;jettySize=auto;html=1;" target="pPH6oVQiPgVcm9OUePWL-20" value="">
          <mxGeometry relative="1" as="geometry" />
        </mxCell>
        <mxCell id="pPH6oVQiPgVcm9OUePWL-18" parent="1" style="whiteSpace=wrap;html=1;rounded=1;" value="front-end creates the kc client with api_key and access_token.&amp;nbsp;&amp;nbsp;" vertex="1">
          <mxGeometry height="60" width="120" x="617" y="384" as="geometry" />
        </mxCell>
        <mxCell id="pPH6oVQiPgVcm9OUePWL-20" parent="1" style="whiteSpace=wrap;html=1;rounded=1;" value="use kc client for calling Kite APIs" vertex="1">
          <mxGeometry height="60" width="120" x="617" y="524" as="geometry" />
        </mxCell>
      </root>
    </mxGraphModel>
  </diagram>
  <diagram name="UI/UX" id="5MV4RERJIjpIYta4IkZD">
    <mxGraphModel dx="3134" dy="2189" grid="0" gridSize="10" guides="1" tooltips="1" connect="1" arrows="1" fold="1" page="0" pageScale="1" pageWidth="402" pageHeight="874" background="#ffffff" math="0" shadow="0">
      <root>
        <mxCell id="0" />
        <mxCell id="1" parent="0" />
        <mxCell id="ExlUUjPYo0Ii6ma58Pc_-14" parent="1" style="rounded=1;whiteSpace=wrap;html=1;" value="" vertex="1">
          <mxGeometry height="321" width="1097" x="-296" y="-20" as="geometry" />
        </mxCell>
        <mxCell id="ExlUUjPYo0Ii6ma58Pc_-13" parent="1" style="rounded=1;whiteSpace=wrap;html=1;" value="" vertex="1">
          <mxGeometry height="321" width="1097" x="-287" y="732" as="geometry" />
        </mxCell>
        <mxCell id="iMmVTYed4h1aN_pzg3ix-1" parent="1" style="text;html=1;whiteSpace=wrap;strokeColor=none;fillColor=none;align=center;verticalAlign=middle;rounded=0;fontStyle=1;fontSize=48;fontColor=light-dark(#7a7978, #ededed);" value="Net Qty." vertex="1">
          <mxGeometry height="59" width="60" x="-120" y="72" as="geometry" />
        </mxCell>
        <mxCell id="iMmVTYed4h1aN_pzg3ix-2" parent="1" style="text;html=1;whiteSpace=wrap;strokeColor=none;fillColor=none;align=center;verticalAlign=middle;rounded=0;fontStyle=1;fontSize=48;fontColor=light-dark(#7a7978, #ededed);" value="AVG. PRICE" vertex="1">
          <mxGeometry height="59" width="60" x="149" y="61" as="geometry" />
        </mxCell>
        <mxCell id="iMmVTYed4h1aN_pzg3ix-3" parent="1" style="text;html=1;whiteSpace=wrap;strokeColor=none;fillColor=none;align=center;verticalAlign=middle;rounded=0;fontStyle=1;fontSize=48;fontColor=light-dark(#7a7978, #ededed);" value="LTP" vertex="1">
          <mxGeometry height="59" width="60" x="418" y="61" as="geometry" />
        </mxCell>
        <mxCell id="iMmVTYed4h1aN_pzg3ix-4" parent="1" style="text;html=1;whiteSpace=wrap;strokeColor=none;fillColor=none;align=center;verticalAlign=middle;rounded=0;fontStyle=1;fontSize=48;fontColor=light-dark(#7a7978, #ededed);" value="PnL" vertex="1">
          <mxGeometry height="59" width="60" x="687" y="61" as="geometry" />
        </mxCell>
        <mxCell id="iMmVTYed4h1aN_pzg3ix-5" parent="1" style="text;html=1;whiteSpace=wrap;strokeColor=none;fillColor=none;align=center;verticalAlign=middle;rounded=0;fontSize=36;fontStyle=1" value="100" vertex="1">
          <mxGeometry height="30" width="60" x="-120" y="211" as="geometry" />
        </mxCell>
        <mxCell id="iMmVTYed4h1aN_pzg3ix-6" parent="1" style="text;html=1;whiteSpace=wrap;strokeColor=none;fillColor=none;align=center;verticalAlign=middle;rounded=0;fontSize=36;fontStyle=1" value="36.40" vertex="1">
          <mxGeometry height="30" width="60" x="149" y="211" as="geometry" />
        </mxCell>
        <mxCell id="iMmVTYed4h1aN_pzg3ix-7" parent="1" style="text;html=1;whiteSpace=wrap;strokeColor=none;fillColor=none;align=center;verticalAlign=middle;rounded=0;fontSize=36;fontStyle=1" value="37.45" vertex="1">
          <mxGeometry height="30" width="60" x="418" y="211" as="geometry" />
        </mxCell>
        <mxCell id="iMmVTYed4h1aN_pzg3ix-8" parent="1" style="text;html=1;whiteSpace=wrap;strokeColor=none;fillColor=none;align=center;verticalAlign=middle;rounded=0;fontSize=36;fontStyle=1" value="100" vertex="1">
          <mxGeometry height="30" width="60" x="687" y="211" as="geometry" />
        </mxCell>
        <mxCell id="7si3vGMUa6yKKs87A3T9-2" edge="1" parent="1" source="7si3vGMUa6yKKs87A3T9-1" style="edgeStyle=orthogonalEdgeStyle;rounded=0;orthogonalLoop=1;jettySize=auto;html=1;exitX=0.5;exitY=0;exitDx=0;exitDy=0;entryX=0;entryY=0.5;entryDx=0;entryDy=0;" target="iMmVTYed4h1aN_pzg3ix-5">
          <mxGeometry relative="1" as="geometry">
            <Array as="points">
              <mxPoint x="-283" y="227" />
              <mxPoint x="-139" y="227" />
            </Array>
            <mxPoint x="-139.09090909090924" y="259.27272727272725" as="targetPoint" />
          </mxGeometry>
        </mxCell>
        <mxCell id="7si3vGMUa6yKKs87A3T9-1" parent="1" style="text;html=1;whiteSpace=wrap;strokeColor=none;fillColor=none;align=center;verticalAlign=middle;rounded=0;fontStyle=1" value="Red color if negative, blue color if positive" vertex="1">
          <mxGeometry height="70" width="129" x="-347" y="453" as="geometry" />
        </mxCell>
        <mxCell id="7si3vGMUa6yKKs87A3T9-4" edge="1" parent="1" source="7si3vGMUa6yKKs87A3T9-3" style="edgeStyle=orthogonalEdgeStyle;rounded=0;orthogonalLoop=1;jettySize=auto;html=1;entryX=0.5;entryY=1;entryDx=0;entryDy=0;" target="iMmVTYed4h1aN_pzg3ix-8">
          <mxGeometry relative="1" as="geometry" />
        </mxCell>
        <mxCell id="7si3vGMUa6yKKs87A3T9-3" parent="1" style="text;html=1;whiteSpace=wrap;strokeColor=none;fillColor=none;align=center;verticalAlign=middle;rounded=0;fontStyle=1" value="Red color if negative, blue color if positive" vertex="1">
          <mxGeometry height="70" width="129" x="681" y="398" as="geometry" />
        </mxCell>
        <mxCell id="7si3vGMUa6yKKs87A3T9-5" parent="1" style="text;html=1;whiteSpace=wrap;strokeColor=none;fillColor=none;align=center;verticalAlign=middle;rounded=0;" value="Will receive the following props:&lt;br&gt;netQuantity: number;&lt;br&gt;&lt;div&gt;averagePrice: number&lt;/div&gt;&lt;div&gt;ltp: number;&lt;/div&gt;" vertex="1">
          <mxGeometry height="101" width="203" x="-25" y="355" as="geometry" />
        </mxCell>
        <mxCell id="7si3vGMUa6yKKs87A3T9-6" parent="1" style="text;html=1;whiteSpace=wrap;strokeColor=none;fillColor=none;align=center;verticalAlign=middle;rounded=0;" value="PnL needs to be calculated by the component" vertex="1">
          <mxGeometry height="101" width="203" x="-21" y="482" as="geometry" />
        </mxCell>
        <mxCell id="7si3vGMUa6yKKs87A3T9-7" parent="1" style="text;html=1;whiteSpace=wrap;strokeColor=none;fillColor=none;align=center;verticalAlign=middle;rounded=0;fontStyle=1;fontSize=48;fontColor=light-dark(#7a7978, #ededed);" value="Net Qty." vertex="1">
          <mxGeometry height="59" width="60" x="-186" y="816" as="geometry" />
        </mxCell>
        <mxCell id="7si3vGMUa6yKKs87A3T9-8" parent="1" style="text;html=1;whiteSpace=wrap;strokeColor=none;fillColor=none;align=center;verticalAlign=middle;rounded=0;fontStyle=1;fontSize=48;fontColor=light-dark(#7a7978, #ededed);" value="AVG. PRICE" vertex="1">
          <mxGeometry height="59" width="60" x="83" y="805" as="geometry" />
        </mxCell>
        <mxCell id="7si3vGMUa6yKKs87A3T9-9" parent="1" style="text;html=1;whiteSpace=wrap;strokeColor=none;fillColor=none;align=center;verticalAlign=middle;rounded=0;fontStyle=1;fontSize=48;fontColor=light-dark(#7a7978, #ededed);" value="LTP" vertex="1">
          <mxGeometry height="59" width="60" x="352" y="805" as="geometry" />
        </mxCell>
        <mxCell id="7si3vGMUa6yKKs87A3T9-10" parent="1" style="text;html=1;whiteSpace=wrap;strokeColor=none;fillColor=none;align=center;verticalAlign=middle;rounded=0;fontStyle=1;fontSize=48;fontColor=light-dark(#7a7978, #ededed);" value="PnL" vertex="1">
          <mxGeometry height="59" width="60" x="621" y="805" as="geometry" />
        </mxCell>
        <mxCell id="7si3vGMUa6yKKs87A3T9-11" parent="1" style="text;html=1;whiteSpace=wrap;strokeColor=none;fillColor=none;align=center;verticalAlign=middle;rounded=0;fontSize=18;fontStyle=1" value="{props.netQuantity}" vertex="1">
          <mxGeometry height="30" width="60" x="-186" y="955" as="geometry" />
        </mxCell>
        <mxCell id="7si3vGMUa6yKKs87A3T9-12" parent="1" style="text;html=1;whiteSpace=wrap;strokeColor=none;fillColor=none;align=center;verticalAlign=middle;rounded=0;fontSize=18;fontStyle=1" value="&lt;div&gt;{props.averagePrice}&lt;/div&gt;" vertex="1">
          <mxGeometry height="30" width="60" x="83" y="955" as="geometry" />
        </mxCell>
        <mxCell id="7si3vGMUa6yKKs87A3T9-13" parent="1" style="text;html=1;whiteSpace=wrap;strokeColor=none;fillColor=none;align=center;verticalAlign=middle;rounded=0;fontSize=18;fontStyle=1" value="{props.ltp}" vertex="1">
          <mxGeometry height="30" width="60" x="352" y="955" as="geometry" />
        </mxCell>
        <mxCell id="7si3vGMUa6yKKs87A3T9-14" parent="1" style="text;html=1;whiteSpace=wrap;strokeColor=none;fillColor=none;align=center;verticalAlign=middle;rounded=0;fontSize=18;fontStyle=1" value="{pnl}" vertex="1">
          <mxGeometry height="30" width="60" x="621" y="955" as="geometry" />
        </mxCell>
        <mxCell id="ExlUUjPYo0Ii6ma58Pc_-1" parent="1" style="rounded=1;whiteSpace=wrap;html=1;" value="" vertex="1">
          <mxGeometry height="321" width="1253" x="-202" y="1234" as="geometry" />
        </mxCell>
        <mxCell id="ExlUUjPYo0Ii6ma58Pc_-2" parent="1" style="text;html=1;whiteSpace=wrap;strokeColor=none;fillColor=none;align=center;verticalAlign=middle;rounded=0;fontStyle=1;fontSize=48;fontColor=light-dark(#7a7978, #ededed);" value="Total Margin" vertex="1">
          <mxGeometry height="59" width="168" x="-154" y="1292" as="geometry" />
        </mxCell>
        <mxCell id="ExlUUjPYo0Ii6ma58Pc_-3" parent="1" style="text;html=1;whiteSpace=wrap;strokeColor=none;fillColor=none;align=center;verticalAlign=middle;rounded=0;fontStyle=1;fontSize=48;fontColor=light-dark(#7a7978, #ededed);" value="Utilized Margin" vertex="1">
          <mxGeometry height="59" width="168" x="330" y="1295" as="geometry" />
        </mxCell>
        <mxCell id="ExlUUjPYo0Ii6ma58Pc_-4" parent="1" style="text;html=1;whiteSpace=wrap;strokeColor=none;fillColor=none;align=center;verticalAlign=middle;rounded=0;fontStyle=1;fontSize=48;fontColor=light-dark(#7a7978, #ededed);" value="Net Margin" vertex="1">
          <mxGeometry height="59" width="168" x="813" y="1289" as="geometry" />
        </mxCell>
        <mxCell id="ExlUUjPYo0Ii6ma58Pc_-5" parent="1" style="text;html=1;whiteSpace=wrap;strokeColor=none;fillColor=none;align=center;verticalAlign=middle;rounded=0;fontSize=42;" value="₹2000" vertex="1">
          <mxGeometry height="30" width="60" x="-100" y="1412" as="geometry" />
        </mxCell>
        <mxCell id="ExlUUjPYo0Ii6ma58Pc_-7" parent="1" style="text;html=1;whiteSpace=wrap;strokeColor=none;fillColor=none;align=center;verticalAlign=middle;rounded=0;fontSize=42;" value="₹200" vertex="1">
          <mxGeometry height="30" width="60" x="384" y="1412" as="geometry" />
        </mxCell>
        <mxCell id="ExlUUjPYo0Ii6ma58Pc_-8" parent="1" style="text;html=1;whiteSpace=wrap;strokeColor=none;fillColor=none;align=center;verticalAlign=middle;rounded=0;fontSize=42;" value="₹1800" vertex="1">
          <mxGeometry height="30" width="60" x="867" y="1412" as="geometry" />
        </mxCell>
        <mxCell id="ExlUUjPYo0Ii6ma58Pc_-9" parent="1" style="html=1;shadow=0;dashed=0;shape=mxgraph.bootstrap.rrect;rSize=5;fillColor=#E9ECEF;strokeColor=none;" value="" vertex="1">
          <mxGeometry height="20" width="800" x="24.5" y="1507" as="geometry" />
        </mxCell>
        <mxCell id="ExlUUjPYo0Ii6ma58Pc_-10" parent="ExlUUjPYo0Ii6ma58Pc_-9" style="html=1;shadow=0;dashed=0;shape=mxgraph.bootstrap.leftButton;rSize=5;fillColor=#1CA5B8;strokeColor=none;resizeHeight=1;" value="" vertex="1">
          <mxGeometry height="20" relative="1" width="250" as="geometry" />
        </mxCell>
        <mxCell id="ExlUUjPYo0Ii6ma58Pc_-11" parent="1" style="text;html=1;whiteSpace=wrap;strokeColor=none;fillColor=none;align=center;verticalAlign=middle;rounded=0;fontSize=24;" value="The max value on the progress bar is the total margin and the filled in part is the utilized margin" vertex="1">
          <mxGeometry height="92" width="269" x="175" y="1620" as="geometry" />
        </mxCell>
        <mxCell id="ExlUUjPYo0Ii6ma58Pc_-12" edge="1" parent="1" source="ExlUUjPYo0Ii6ma58Pc_-11" style="edgeStyle=orthogonalEdgeStyle;rounded=0;orthogonalLoop=1;jettySize=auto;html=1;exitX=0.5;exitY=0;exitDx=0;exitDy=0;entryX=0.412;entryY=0.999;entryDx=0;entryDy=0;entryPerimeter=0;" target="ExlUUjPYo0Ii6ma58Pc_-1">
          <mxGeometry relative="1" as="geometry" />
        </mxCell>
      </root>
    </mxGraphModel>
  </diagram>
  <diagram id="dmkDPsUycKQvBsQ4H3Di" name="Kite-Fly-Ticker-Architecture">
    <mxGraphModel dx="1357" dy="626" grid="0" gridSize="10" guides="1" tooltips="1" connect="1" arrows="1" fold="1" page="0" pageScale="1" pageWidth="402" pageHeight="874" math="0" shadow="0">
      <root>
        <mxCell id="0" />
        <mxCell id="1" parent="0" />
        <mxCell id="FDZGNOtkY16CQce4NqAR-3" edge="1" parent="1" source="FDZGNOtkY16CQce4NqAR-1" style="edgeStyle=orthogonalEdgeStyle;rounded=0;orthogonalLoop=1;jettySize=auto;html=1;" target="FDZGNOtkY16CQce4NqAR-2" value="">
          <mxGeometry relative="1" as="geometry" />
        </mxCell>
        <mxCell id="FDZGNOtkY16CQce4NqAR-1" parent="1" style="rounded=1;whiteSpace=wrap;html=1;" value="Client posts a request - for example:&lt;br&gt;&lt;div&gt;&lt;br&gt;&lt;/div&gt;&lt;br&gt;&lt;div&gt;fetch(&quot;http://localhost:3000/api/ltp&quot;, () =&amp;gt; {&lt;/div&gt;&lt;div&gt;method: &quot;POST&quot;,&lt;/div&gt;&lt;div&gt;body: JSON.stringify({&lt;/div&gt;&lt;div&gt;instrument: &quot;WIPRO&quot;,&lt;br&gt;ltp: 128.10&lt;/div&gt;&lt;div&gt;})&lt;/div&gt;&lt;div&gt;})&lt;br&gt;&lt;br&gt;The call is made from another site - for ex. https://kite.zerodha.com&lt;/div&gt;" vertex="1">
          <mxGeometry height="236" width="345" x="-33" y="45" as="geometry" />
        </mxCell>
        <mxCell id="FDZGNOtkY16CQce4NqAR-5" edge="1" parent="1" source="FDZGNOtkY16CQce4NqAR-2" style="edgeStyle=orthogonalEdgeStyle;rounded=0;orthogonalLoop=1;jettySize=auto;html=1;" target="FDZGNOtkY16CQce4NqAR-4" value="">
          <mxGeometry relative="1" as="geometry" />
        </mxCell>
        <mxCell id="FDZGNOtkY16CQce4NqAR-2" parent="1" style="whiteSpace=wrap;html=1;rounded=1;" value="SERVER" vertex="1">
          <mxGeometry height="60" width="120" x="504.5" y="98.5" as="geometry" />
        </mxCell>
        <mxCell id="FDZGNOtkY16CQce4NqAR-8" edge="1" parent="1" source="FDZGNOtkY16CQce4NqAR-4" style="edgeStyle=orthogonalEdgeStyle;rounded=0;orthogonalLoop=1;jettySize=auto;html=1;exitX=0.75;exitY=1;exitDx=0;exitDy=0;entryX=1;entryY=0.75;entryDx=0;entryDy=0;" target="FDZGNOtkY16CQce4NqAR-6">
          <mxGeometry relative="1" as="geometry" />
        </mxCell>
        <mxCell id="FDZGNOtkY16CQce4NqAR-4" parent="1" style="whiteSpace=wrap;html=1;rounded=1;" value="Websocket" vertex="1">
          <mxGeometry height="60" width="120" x="504.5" y="265" as="geometry" />
        </mxCell>
        <mxCell id="FDZGNOtkY16CQce4NqAR-7" edge="1" parent="1" source="FDZGNOtkY16CQce4NqAR-6" style="edgeStyle=orthogonalEdgeStyle;rounded=0;orthogonalLoop=1;jettySize=auto;html=1;entryX=0.5;entryY=1;entryDx=0;entryDy=0;" target="FDZGNOtkY16CQce4NqAR-4">
          <mxGeometry relative="1" as="geometry" />
        </mxCell>
        <mxCell id="FDZGNOtkY16CQce4NqAR-6" parent="1" style="rounded=1;whiteSpace=wrap;html=1;" value="On another client,&lt;div&gt;new Websocket()&lt;/div&gt;// receive the data which is sent from /api/ltp" vertex="1">
          <mxGeometry height="167" width="345" x="1" y="392" as="geometry" />
        </mxCell>
      </root>
    </mxGraphModel>
  </diagram>
</mxfile>
